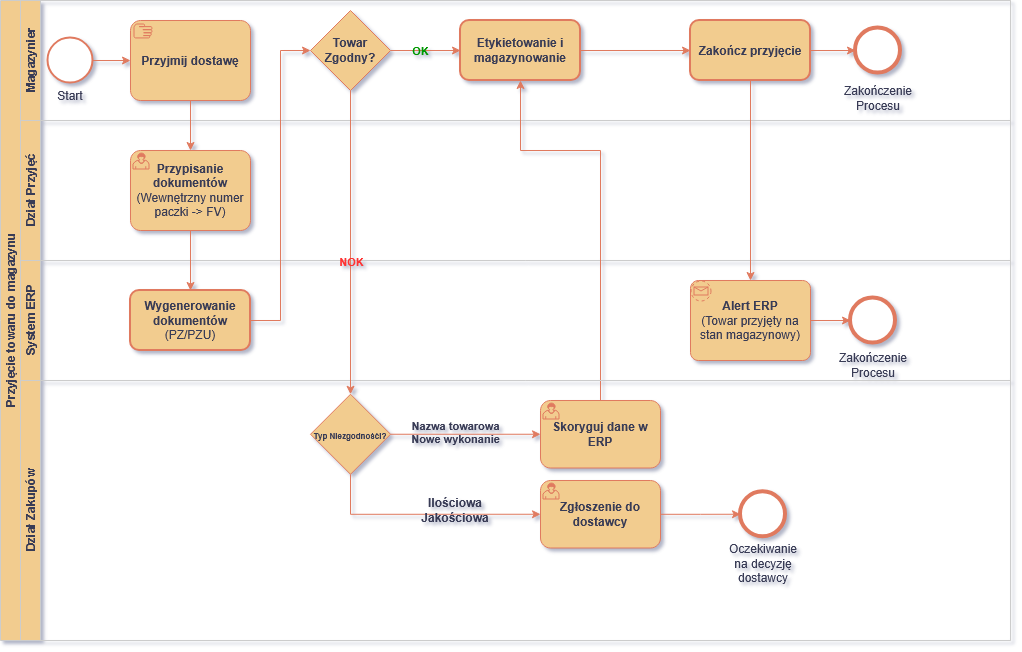
Before: assets/Przyjecie_towaru.png, a diagram exported from draw.io (ZakAlbert0000/BPMNProcess). Source tidied: cells renumbered, new cells last; positions are measured from the earlier drawing's top-left corner, leaving out a move shared by most shapes.
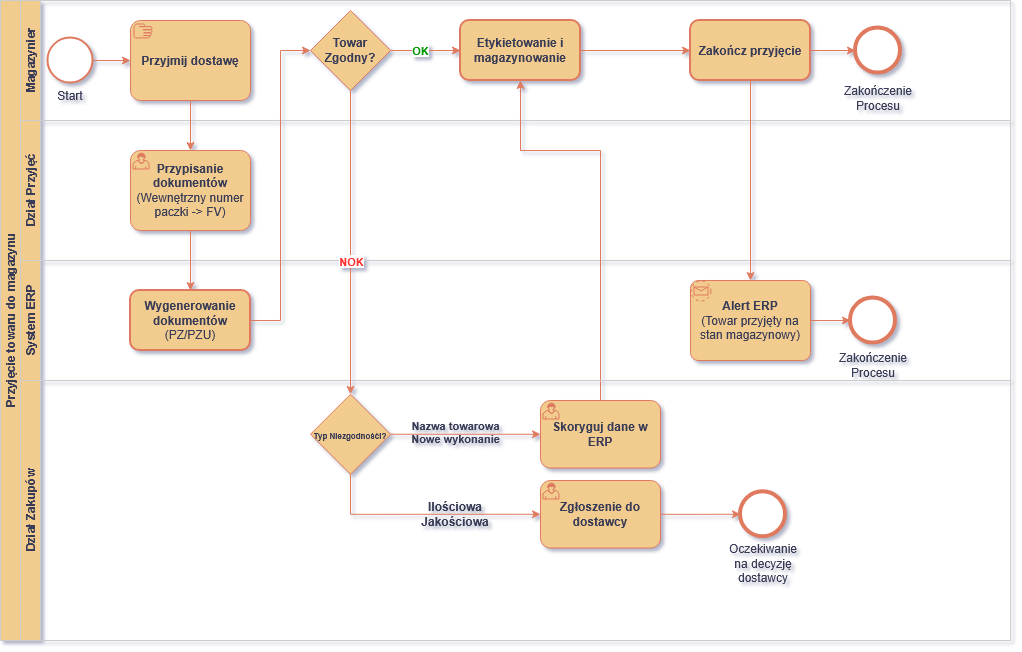
The same file after the commit.

What changed in the source:
```diff
@@ -35,7 +35,7 @@
     <mxCell id="12" style="edgeStyle=orthogonalEdgeStyle;rounded=0;jettySize=auto;html=1;entryX=0;entryY=0.5;entryDx=0;entryDy=0;labelBackgroundColor=none;strokeColor=#E07A5F;fontColor=default;" parent="3" edge="1" source="14" target="6">
       <mxGeometry relative="1" as="geometry" />
     </mxCell>
-    <mxCell id="13" value="&lt;b&gt;&lt;font style=&quot;color: rgb(0, 153, 0);&quot;&gt;OK&lt;/font&gt;&lt;/b&gt;" style="edgeLabel;html=1;align=center;verticalAlign=middle;fontColor=#393C56;labelBackgroundColor=none;" parent="12" vertex="1">
+    <mxCell id="13" value="&lt;b&gt;&lt;font style=&quot;color: rgb(0, 153, 0);&quot;&gt;OK&lt;/font&gt;&lt;/b&gt;" style="edgeLabel;html=1;align=center;verticalAlign=middle;fontColor=#393C56;labelBackgroundColor=default;" parent="12" vertex="1">
       <mxGeometry x="-0.17" y="1" relative="1" as="geometry" />
     </mxCell>
     <mxCell id="14" value="&lt;b&gt;Towar Zgodny?&lt;/b&gt;" style="rhombus;whiteSpace=wrap;html=1;labelBackgroundColor=none;fillColor=#F2CC8F;strokeColor=#E07A5F;fontColor=#393C56;" parent="3" vertex="1">
@@ -93,10 +93,10 @@
     <mxCell id="29" value="&lt;b&gt;Skoryguj dane w ERP&lt;/b&gt;" style="points=[[0.25,0,0],[0.5,0,0],[0.75,0,0],[1,0.25,0],[1,0.5,0],[1,0.75,0],[0.75,1,0],[0.5,1,0],[0.25,1,0],[0,0.75,0],[0,0.5,0],[0,0.25,0]];shape=mxgraph.bpmn.task2;whiteSpace=wrap;rectStyle=rounded;size=10;html=1;taskMarker=user;strokeColor=#E07A5F;fontColor=#393C56;fillColor=#F2CC8F;labelBackgroundColor=none;" parent="28" vertex="1">
       <mxGeometry x="520" y="20" width="120" height="67.5" as="geometry" />
     </mxCell>
-    <mxCell id="30" style="edgeStyle=orthogonalEdgeStyle;rounded=0;jettySize=auto;html=1;entryX=0;entryY=0.5;entryDx=0;entryDy=0;entryPerimeter=0;labelBackgroundColor=none;strokeColor=#E07A5F;fontColor=default;" parent="28" edge="1" source="31" target="34">
+    <mxCell id="30" style="edgeStyle=orthogonalEdgeStyle;rounded=0;jettySize=auto;html=1;entryX=0;entryY=0.5;entryDx=0;entryDy=0;entryPerimeter=0;labelBackgroundColor=none;strokeColor=#E07A5F;fontColor=default;exitX=0.5;exitY=1;exitDx=0;exitDy=0;" parent="28" edge="1" source="31" target="34">
       <mxGeometry relative="1" as="geometry">
         <Array as="points">
-          <mxPoint x="330" y="134" />
+          <mxPoint x="330" y="133.8" />
         </Array>
       </mxGeometry>
     </mxCell>
@@ -112,9 +112,6 @@
     <mxCell id="34" value="&lt;b&gt;Zgłoszenie do dostawcy&lt;/b&gt;" style="points=[[0.25,0,0],[0.5,0,0],[0.75,0,0],[1,0.25,0],[1,0.5,0],[1,0.75,0],[0.75,1,0],[0.5,1,0],[0.25,1,0],[0,0.75,0],[0,0.5,0],[0,0.25,0]];shape=mxgraph.bpmn.task2;whiteSpace=wrap;rectStyle=rounded;size=10;html=1;taskMarker=user;strokeColor=#E07A5F;fontColor=#393C56;fillColor=#F2CC8F;labelBackgroundColor=none;" parent="28" vertex="1">
       <mxGeometry x="520" y="100" width="120" height="67.5" as="geometry" />
     </mxCell>
-    <mxCell id="35" value="&lt;b&gt;Ilościowa&lt;/b&gt;&lt;div&gt;&lt;b&gt;Jakościowa&lt;/b&gt;&lt;/div&gt;" style="text;html=1;whiteSpace=wrap;strokeColor=none;fillColor=none;align=center;verticalAlign=middle;rounded=0;fontColor=#393C56;labelBackgroundColor=none;" parent="28" vertex="1">
-      <mxGeometry x="390" y="115" width="90" height="30" as="geometry" />
-    </mxCell>
     <mxCell id="36" style="edgeStyle=orthogonalEdgeStyle;rounded=0;jettySize=auto;html=1;entryX=0;entryY=0.5;entryDx=0;entryDy=0;entryPerimeter=0;labelBackgroundColor=none;strokeColor=#E07A5F;fontColor=default;" parent="28" edge="1" source="34">
       <mxGeometry relative="1" as="geometry">
         <mxPoint x="720" y="133.8" as="targetPoint" />
@@ -126,13 +123,16 @@
     <mxCell id="38" style="strokeWidth=4;html=1;shape=mxgraph.flowchart.start_2;whiteSpace=wrap;strokeColor=#E07A5F;fillColor=#FFFFFF;direction=south;labelBackgroundColor=none;fontColor=#393C56;fillStyle=auto;" parent="28" vertex="1">
       <mxGeometry x="720" y="111.2" width="45" height="45" as="geometry" />
     </mxCell>
+    <mxCell id="35" value="&lt;b&gt;Ilościowa&lt;/b&gt;&lt;div&gt;&lt;b&gt;Jakościowa&lt;/b&gt;&lt;/div&gt;" style="text;html=1;whiteSpace=wrap;strokeColor=none;fillColor=none;align=center;verticalAlign=middle;rounded=0;fontColor=#393C56;labelBackgroundColor=none;" parent="28" vertex="1">
+      <mxGeometry x="380" y="118.8" width="110" height="30" as="geometry" />
+    </mxCell>
     <mxCell id="39" style="edgeStyle=orthogonalEdgeStyle;rounded=0;jettySize=auto;html=1;entryX=0;entryY=0.5;entryDx=0;entryDy=0;labelBackgroundColor=none;strokeColor=#E07A5F;fontColor=default;" parent="2" edge="1" source="20" target="14">
       <mxGeometry relative="1" as="geometry" />
     </mxCell>
     <mxCell id="40" style="edgeStyle=orthogonalEdgeStyle;rounded=0;jettySize=auto;html=1;entryX=0.5;entryY=0;entryDx=0;entryDy=0;labelBackgroundColor=none;strokeColor=#E07A5F;fontColor=default;" parent="2" edge="1" source="14" target="31">
       <mxGeometry relative="1" as="geometry" />
     </mxCell>
-    <mxCell id="41" value="&lt;b&gt;NOK&lt;/b&gt;" style="edgeLabel;html=1;align=center;verticalAlign=middle;fontColor=#FF3333;labelBackgroundColor=none;" parent="40" vertex="1">
+    <mxCell id="41" value="&lt;b&gt;NOK&lt;/b&gt;" style="edgeLabel;html=1;align=center;verticalAlign=middle;fontColor=#FF3333;labelBackgroundColor=default;" parent="40" vertex="1">
       <mxGeometry x="-0.55" y="2" relative="1" as="geometry">
         <mxPoint x="-2" y="102" as="offset" />
       </mxGeometry>
```
